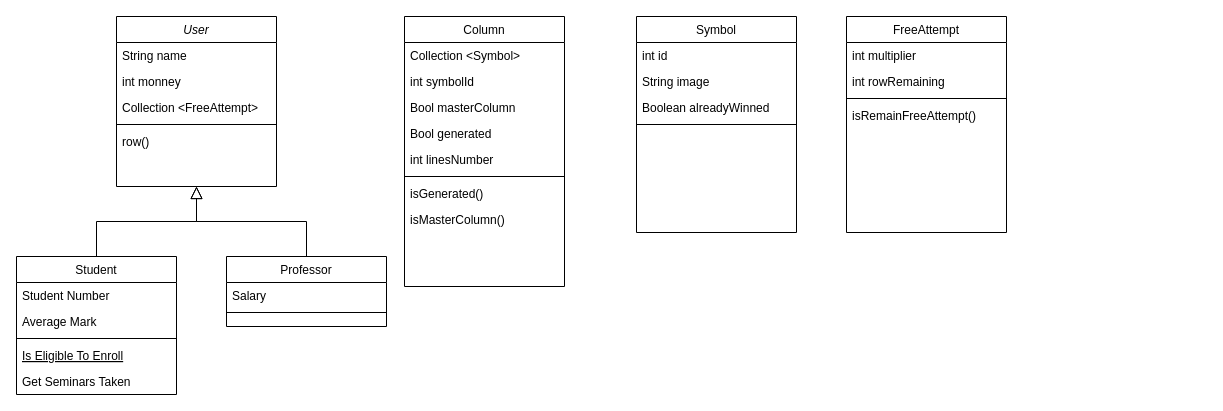
The draw.io diagram ClassDiagram.drawio in AzFyXi/slotMachine, before the edit. Source tidied: cells renumbered, new cells numbered last; positions are measured from the earlier drawing's top-left corner, leaving out a move shared by most shapes. Both pictures are drawn from the tidied source at 100%, with x=0, y=0 at pixel (16, 16).
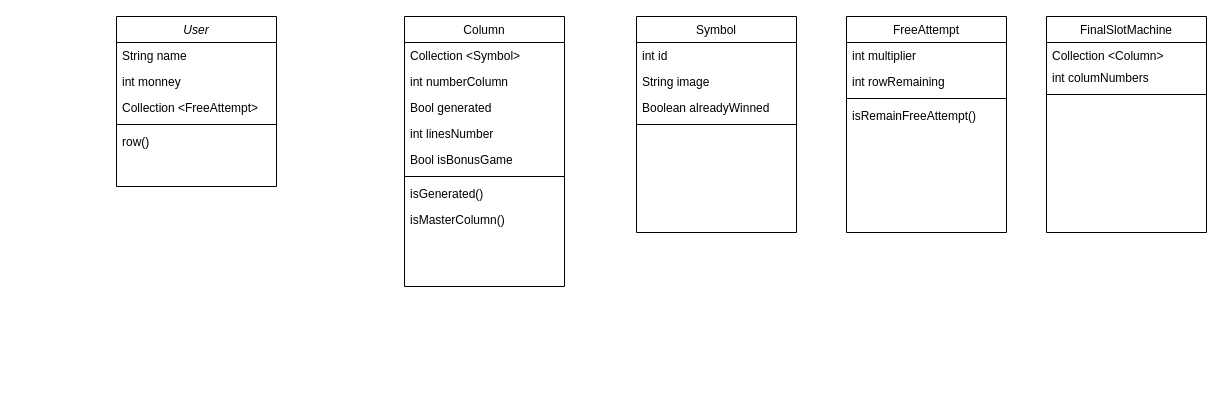
Above is the later version.

Commit message (it also covers changes not shown here):
Add new class FinalSlotMachine

Unchanged cells that the change refers to:
```xml
<mxCell id="2" value="User" style="swimlane;fontStyle=2;align=center;verticalAlign=top;horizontal=1;startSize=26;rounded=0;shadow=0;strokeWidth=1;" parent="1" vertex="1">
  <mxGeometry x="100" width="160" height="170" as="geometry" />
</mxCell>
<mxCell id="19" value="Column" style="swimlane;fontStyle=0;align=center;verticalAlign=top;horizontal=1;startSize=26;rounded=0;shadow=0;strokeWidth=1;" parent="1" vertex="1">
  <mxGeometry x="388" width="160" height="270" as="geometry" />
</mxCell>
```

Diff of the diagram source:
```diff
@@
-    <mxCell id="8" value="Student" style="swimlane;fontStyle=0;align=center;verticalAlign=top;horizontal=1;startSize=26;rounded=0;shadow=0;strokeWidth=1;" parent="1" vertex="1">
-      <mxGeometry y="240" width="160" height="138" as="geometry" />
-    </mxCell>
-    <mxCell id="9" value="Student Number" style="text;align=left;verticalAlign=top;spacingLeft=4;spacingRight=4;overflow=hidden;" parent="8" vertex="1">
-      <mxGeometry y="26" width="160" height="26" as="geometry" />
-    </mxCell>
-    <mxCell id="10" value="Average Mark" style="text;align=left;verticalAlign=top;spacingLeft=4;spacingRight=4;overflow=hidden;rounded=0;shadow=0;html=0;" parent="8" vertex="1">
-      <mxGeometry y="52" width="160" height="26" as="geometry" />
-    </mxCell>
-    <mxCell id="11" style="line;html=1;strokeWidth=1;align=left;verticalAlign=middle;spacingTop=-1;spacingLeft=3;spacingRight=3;labelPosition=right;" parent="8" vertex="1">
-      <mxGeometry y="78" width="160" height="8" as="geometry" />
-    </mxCell>
-    <mxCell id="12" value="Is Eligible To Enroll" style="text;align=left;verticalAlign=top;spacingLeft=4;spacingRight=4;overflow=hidden;fontStyle=4;" parent="8" vertex="1">
-      <mxGeometry y="86" width="160" height="26" as="geometry" />
-    </mxCell>
-    <mxCell id="13" value="Get Seminars Taken" style="text;align=left;verticalAlign=top;spacingLeft=4;spacingRight=4;overflow=hidden;" parent="8" vertex="1">
-      <mxGeometry y="112" width="160" height="26" as="geometry" />
-    </mxCell>
-    <mxCell id="14" style="endArrow=block;endSize=10;endFill=0;shadow=0;strokeWidth=1;rounded=0;edgeStyle=elbowEdgeStyle;elbow=vertical;" parent="1" edge="1" source="8" target="2">
-      <mxGeometry relative="1" as="geometry" />
-    </mxCell>
-    <mxCell id="15" value="Professor" style="swimlane;fontStyle=0;align=center;verticalAlign=top;horizontal=1;startSize=26;rounded=0;shadow=0;strokeWidth=1;" parent="1" vertex="1">
-      <mxGeometry x="210" y="240" width="160" height="70" as="geometry" />
-    </mxCell>
-    <mxCell id="16" value="Salary" style="text;align=left;verticalAlign=top;spacingLeft=4;spacingRight=4;overflow=hidden;" parent="15" vertex="1">
-      <mxGeometry y="26" width="160" height="26" as="geometry" />
-    </mxCell>
-    <mxCell id="17" style="line;html=1;strokeWidth=1;align=left;verticalAlign=middle;spacingTop=-1;spacingLeft=3;spacingRight=3;labelPosition=right;" parent="15" vertex="1">
-      <mxGeometry y="52" width="160" height="8" as="geometry" />
-    </mxCell>
-    <mxCell id="18" style="endArrow=block;endSize=10;endFill=0;shadow=0;strokeWidth=1;rounded=0;edgeStyle=elbowEdgeStyle;elbow=vertical;" parent="1" edge="1" source="15" target="2">
-      <mxGeometry relative="1" as="geometry" />
-    </mxCell>
@@
-    <mxCell id="21" value="int symbolId" style="text;align=left;verticalAlign=top;spacingLeft=4;spacingRight=4;overflow=hidden;rounded=0;shadow=0;html=0;" parent="19" vertex="1">
-      <mxGeometry y="52" width="160" height="26" as="geometry" />
-    </mxCell>
-    <mxCell id="22" value="Bool masterColumn" style="text;align=left;verticalAlign=top;spacingLeft=4;spacingRight=4;overflow=hidden;rounded=0;shadow=0;html=0;" parent="19" vertex="1">
-      <mxGeometry y="78" width="160" height="26" as="geometry" />
+    <mxCell id="22" value="int numberColumn" style="text;align=left;verticalAlign=top;spacingLeft=4;spacingRight=4;overflow=hidden;rounded=0;shadow=0;html=0;" parent="19" vertex="1">
+      <mxGeometry y="52" width="160" height="26" as="geometry" />
     </mxCell>
     <mxCell id="23" value="Bool generated" style="text;align=left;verticalAlign=top;spacingLeft=4;spacingRight=4;overflow=hidden;rounded=0;shadow=0;html=0;" parent="19" vertex="1">
-      <mxGeometry y="104" width="160" height="26" as="geometry" />
+      <mxGeometry y="78" width="160" height="26" as="geometry" />
     </mxCell>
     <mxCell id="24" value="int linesNumber" style="text;align=left;verticalAlign=top;spacingLeft=4;spacingRight=4;overflow=hidden;rounded=0;shadow=0;html=0;" parent="19" vertex="1">
-      <mxGeometry y="130" width="160" height="26" as="geometry" />
+      <mxGeometry y="104" width="160" height="26" as="geometry" />
     </mxCell>
+    <mxCell id="38" value="Bool isBonusGame" style="text;align=left;verticalAlign=top;spacingLeft=4;spacingRight=4;overflow=hidden;rounded=0;shadow=0;html=0;" parent="19" vertex="1">
+      <mxGeometry y="130" width="160" height="26" as="geometry" />
+    </mxCell>
@@
+    <mxCell id="39" value="FinalSlotMachine" style="swimlane;fontStyle=0;align=center;verticalAlign=top;horizontal=1;startSize=26;rounded=0;shadow=0;strokeWidth=1;" parent="1" vertex="1">
+      <mxGeometry x="1030" width="160" height="216" as="geometry" />
+    </mxCell>
+    <mxCell id="40" value="Collection &lt;Column&gt;" style="text;align=left;verticalAlign=top;spacingLeft=4;spacingRight=4;overflow=hidden;" parent="39" vertex="1">
+      <mxGeometry y="26" width="160" height="22" as="geometry" />
+    </mxCell>
+    <mxCell id="41" value="int columNumbers" style="text;align=left;verticalAlign=top;spacingLeft=4;spacingRight=4;overflow=hidden;rounded=0;shadow=0;html=0;" parent="39" vertex="1">
+      <mxGeometry y="48" width="160" height="26" as="geometry" />
+    </mxCell>
+    <mxCell id="42" style="line;html=1;strokeWidth=1;align=left;verticalAlign=middle;spacingTop=-1;spacingLeft=3;spacingRight=3;labelPosition=right;" parent="39" vertex="1">
+      <mxGeometry y="74" width="160" height="8" as="geometry" />
+    </mxCell>
```
